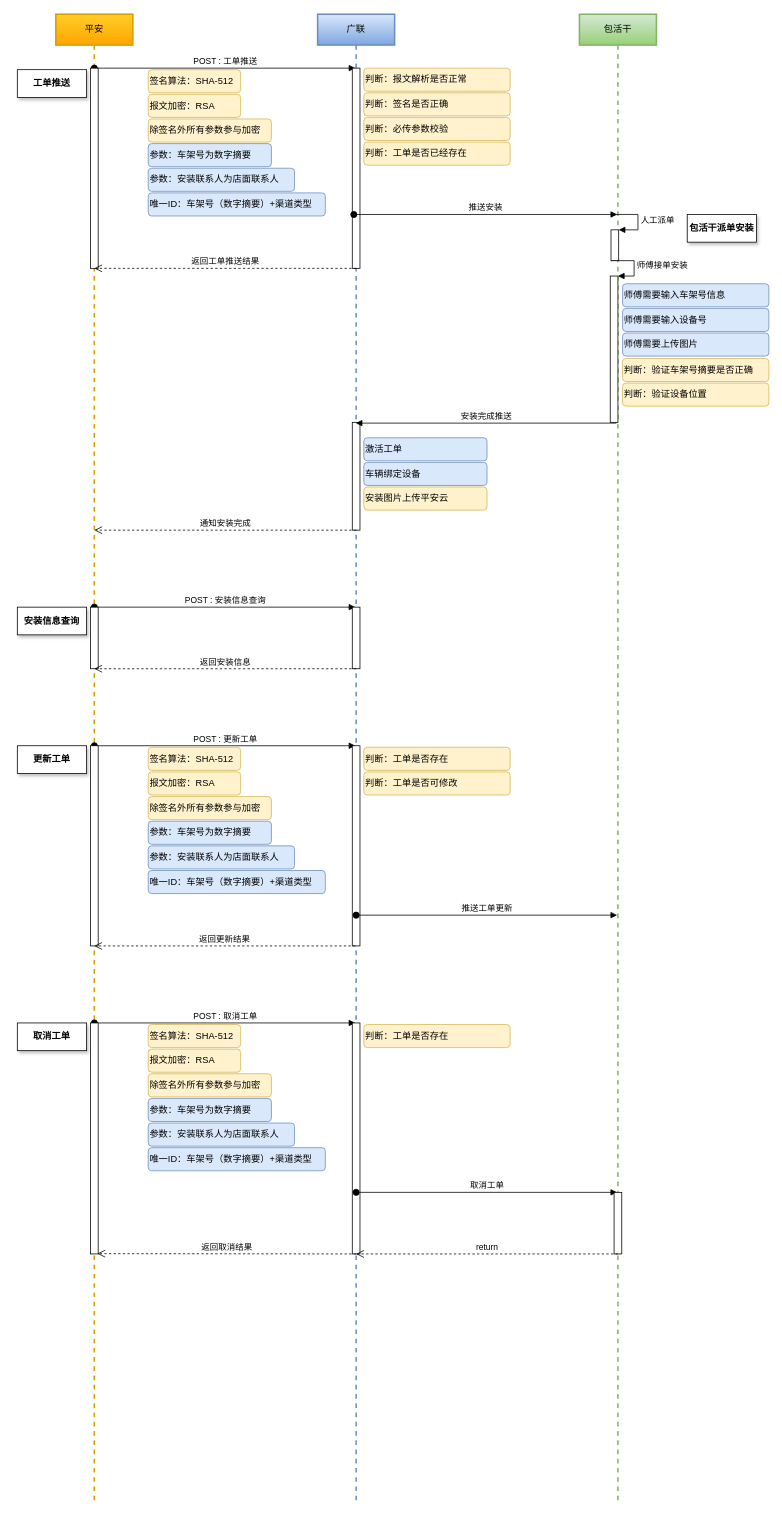
The draw.io diagram 平安工单推送.drawio in foutouren/glsx-drawio, before the edit. Source tidied: cells renumbered, new cells numbered last; positions are measured from the earlier drawing's top-left corner, leaving out a move shared by most shapes. Both pictures are drawn from the tidied source at 77%, with x=0, y=0 at pixel (17, 14).
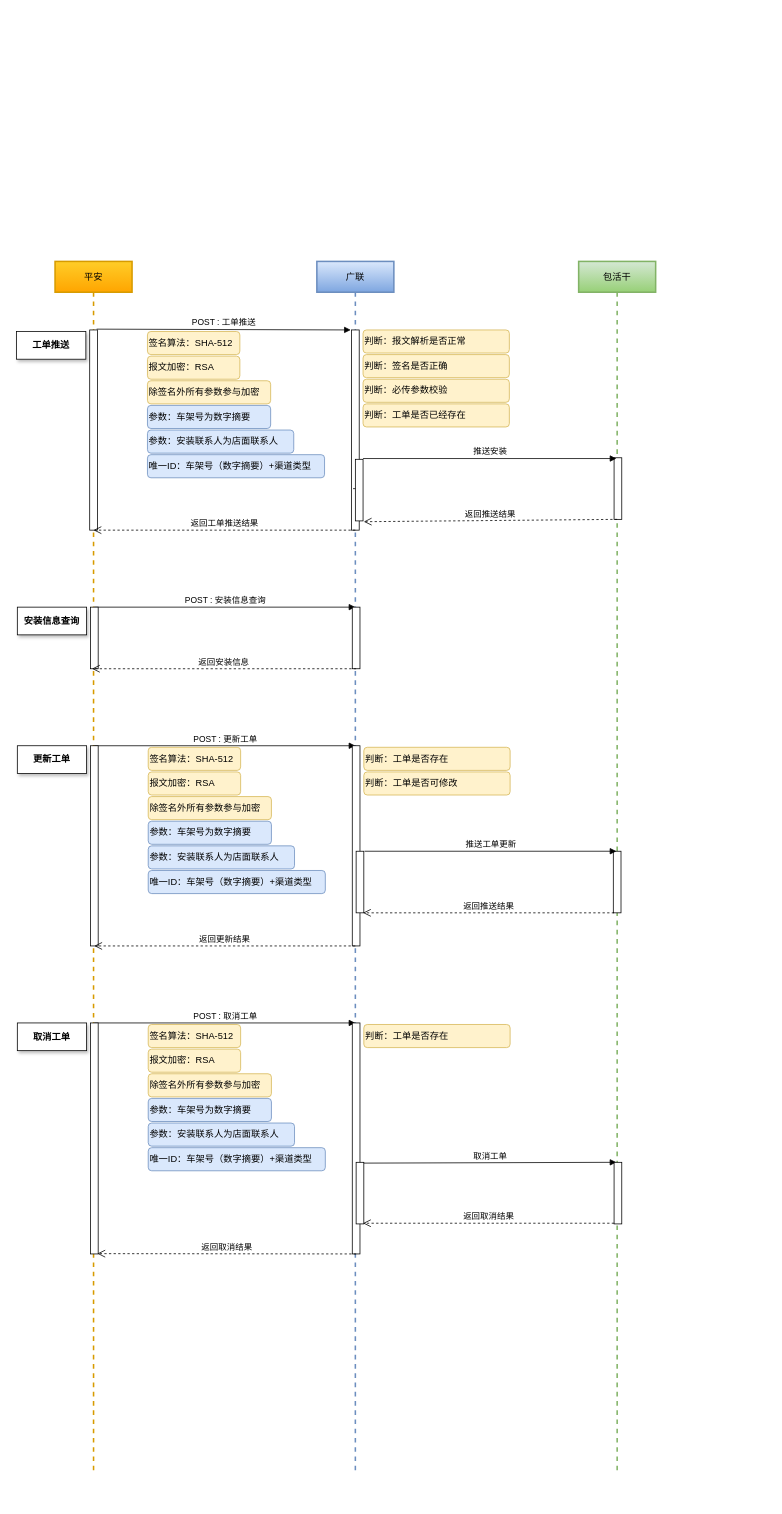
After the change.

Commit message:
Update 平安工单推送.drawio

What changed in the source:
```diff
@@
     <mxCell id="2" value="平安" style="shape=umlLifeline;perimeter=lifelinePerimeter;whiteSpace=wrap;html=1;outlineConnect=0;fillColor=#ffcd28;strokeColor=#d79b00;gradientColor=#ffa500;strokeWidth=2;" parent="1" vertex="1">
-      <mxGeometry x="50" width="100" height="1930" as="geometry" />
+      <mxGeometry x="49" y="321" width="100" height="1570" as="geometry" />
     </mxCell>
-    <mxCell id="3" value="POST : 工单推送" style="html=1;verticalAlign=bottom;startArrow=oval;startFill=1;endArrow=block;startSize=8;" parent="2" edge="1" target="11">
-      <mxGeometry relative="1" as="geometry">
-        <mxPoint x="50" y="70" as="sourcePoint" />
-      </mxGeometry>
-    </mxCell>
-    <mxCell id="4" value="POST : 安装信息查询" style="html=1;verticalAlign=bottom;startArrow=oval;startFill=1;endArrow=block;startSize=8;" parent="2" edge="1" target="11">
-      <mxGeometry relative="1" as="geometry">
-        <mxPoint x="50" y="770" as="sourcePoint" />
-      </mxGeometry>
-    </mxCell>
-    <mxCell id="5" value="POST : 更新工单" style="html=1;verticalAlign=bottom;startArrow=oval;startFill=1;endArrow=block;startSize=8;" parent="2" edge="1" target="11">
-      <mxGeometry relative="1" as="geometry">
-        <mxPoint x="50" y="950" as="sourcePoint" />
-      </mxGeometry>
-    </mxCell>
-    <mxCell id="6" value="POST : 取消工单" style="html=1;verticalAlign=bottom;startArrow=oval;startFill=1;endArrow=block;startSize=8;" parent="2" edge="1" target="11">
-      <mxGeometry relative="1" as="geometry">
-        <mxPoint x="50" y="1310" as="sourcePoint" />
-      </mxGeometry>
-    </mxCell>
     <mxCell id="7" style="html=1;points=[];perimeter=orthogonalPerimeter;shadow=0;strokeWidth=1;align=center;" parent="2" vertex="1">
-      <mxGeometry x="45" y="70" width="10" height="260" as="geometry" />
+      <mxGeometry x="45" y="89" width="10" height="260" as="geometry" />
     </mxCell>
-    <mxCell id="8" style="html=1;perimeter=orthogonalPerimeter;shadow=0;strokeWidth=1;align=center;" parent="2" vertex="1">
-      <mxGeometry x="45" y="770" width="10" height="80" as="geometry" />
-    </mxCell>
-    <mxCell id="9" style="html=1;perimeter=orthogonalPerimeter;shadow=0;strokeWidth=1;align=center;" parent="2" vertex="1">
-      <mxGeometry x="45" y="950" width="10" height="260" as="geometry" />
-    </mxCell>
-    <mxCell id="10" style="html=1;perimeter=orthogonalPerimeter;shadow=0;strokeWidth=1;align=center;" parent="2" vertex="1">
-      <mxGeometry x="45" y="1310" width="10" height="300" as="geometry" />
-    </mxCell>
     <mxCell id="11" value="广联" style="shape=umlLifeline;perimeter=lifelinePerimeter;whiteSpace=wrap;html=1;outlineConnect=0;fillColor=#dae8fc;strokeColor=#6c8ebf;gradientColor=#7ea6e0;strokeWidth=2;" parent="1" vertex="1">
-      <mxGeometry x="390" width="100" height="1930" as="geometry" />
+      <mxGeometry x="389" y="321" width="100" height="1570" as="geometry" />
     </mxCell>
     <mxCell id="12" style="html=1;points=[];perimeter=orthogonalPerimeter;align=left;" parent="11" vertex="1">
-      <mxGeometry x="45" y="70" width="10" height="260" as="geometry" />
+      <mxGeometry x="45" y="89" width="10" height="260" as="geometry" />
     </mxCell>
-    <mxCell id="13" style="html=1;perimeter=orthogonalPerimeter;align=left;" parent="11" vertex="1">
-      <mxGeometry x="45" y="530" width="10" height="140" as="geometry" />
-    </mxCell>
-    <mxCell id="14" style="html=1;perimeter=orthogonalPerimeter;shadow=0;strokeWidth=1;align=center;" parent="11" vertex="1">
-      <mxGeometry x="45" y="950" width="10" height="260" as="geometry" />
-    </mxCell>
-    <mxCell id="15" value="推送工单更新" style="html=1;verticalAlign=bottom;startArrow=oval;startFill=1;endArrow=block;startSize=8;" parent="11" edge="1" target="18">
-      <mxGeometry relative="1" as="geometry">
-        <mxPoint x="50" y="1170" as="sourcePoint" />
-      </mxGeometry>
-    </mxCell>
-    <mxCell id="16" style="html=1;points=[];perimeter=orthogonalPerimeter;shadow=0;strokeWidth=1;align=center;" parent="11" vertex="1">
-      <mxGeometry x="45" y="1310" width="10" height="300" as="geometry" />
-    </mxCell>
-    <mxCell id="17" value="取消工单" style="html=1;verticalAlign=bottom;startArrow=oval;startFill=1;endArrow=block;startSize=8;" parent="11" edge="1" target="18">
-      <mxGeometry relative="1" as="geometry">
-        <mxPoint x="50" y="1530" as="sourcePoint" />
-      </mxGeometry>
-    </mxCell>
     <mxCell id="18" value="包活干" style="shape=umlLifeline;perimeter=lifelinePerimeter;whiteSpace=wrap;html=1;outlineConnect=0;fillColor=#d5e8d4;strokeColor=#82b366;gradientColor=#97d077;strokeWidth=2;" parent="1" vertex="1">
-      <mxGeometry x="730" width="100" height="1930" as="geometry" />
+      <mxGeometry x="729" y="321" width="100" height="1570" as="geometry" />
     </mxCell>
-    <mxCell id="19" style="html=1;points=[];perimeter=orthogonalPerimeter;align=left;" parent="18" vertex="1">
-      <mxGeometry x="40" y="340" width="10" height="190" as="geometry" />
-    </mxCell>
-    <mxCell id="20" value="师傅接单安装" style="edgeStyle=orthogonalEdgeStyle;html=1;align=left;spacingLeft=2;endArrow=block;rounded=0;entryX=1;entryY=0;" parent="18" edge="1" target="19">
-      <mxGeometry relative="1" as="geometry">
-        <mxPoint x="41" y="320" as="sourcePoint" />
-        <Array as="points">
-          <mxPoint x="71" y="320" />
-        </Array>
-      </mxGeometry>
-    </mxCell>
-    <mxCell id="21" style="html=1;points=[];perimeter=orthogonalPerimeter;shadow=0;strokeWidth=1;align=center;" parent="18" vertex="1">
-      <mxGeometry x="45" y="1530" width="10" height="80" as="geometry" />
-    </mxCell>
+    <mxCell id="71" style="html=1;perimeter=orthogonalPerimeter;shadow=0;strokeWidth=1;align=center;" parent="18" vertex="1">
+      <mxGeometry x="46" y="255" width="10" height="80" as="geometry" />
+    </mxCell>
+    <mxCell id="72" style="html=1;perimeter=orthogonalPerimeter;shadow=0;strokeWidth=1;align=center;" parent="18" vertex="1">
+      <mxGeometry x="45" y="766" width="10" height="80" as="geometry" />
+    </mxCell>
     <mxCell id="22" value="签名算法：SHA-512" style="rounded=1;whiteSpace=wrap;html=1;fillColor=#fff2cc;strokeColor=#d6b656;align=left;" parent="1" vertex="1">
-      <mxGeometry x="170" y="72" width="120" height="30" as="geometry" />
+      <mxGeometry x="169" y="412" width="120" height="30" as="geometry" />
     </mxCell>
     <mxCell id="23" value="报文加密：RSA" style="rounded=1;whiteSpace=wrap;html=1;fillColor=#fff2cc;strokeColor=#d6b656;align=left;" parent="1" vertex="1">
-      <mxGeometry x="170" y="104" width="120" height="30" as="geometry" />
+      <mxGeometry x="169" y="444" width="120" height="30" as="geometry" />
     </mxCell>
     <mxCell id="24" value="除签名外所有参数参与加密" style="rounded=1;whiteSpace=wrap;html=1;fillColor=#fff2cc;strokeColor=#d6b656;align=left;" parent="1" vertex="1">
-      <mxGeometry x="170" y="136" width="160" height="30" as="geometry" />
+      <mxGeometry x="169" y="476" width="160" height="30" as="geometry" />
     </mxCell>
     <mxCell id="25" value="参数：车架号为数字摘要" style="rounded=1;whiteSpace=wrap;html=1;fillColor=#dae8fc;strokeColor=#6c8ebf;align=left;" parent="1" vertex="1">
-      <mxGeometry x="170" y="168" width="160" height="30" as="geometry" />
+      <mxGeometry x="169" y="508" width="160" height="30" as="geometry" />
     </mxCell>
     <mxCell id="26" value="参数：安装联系人为店面联系人" style="rounded=1;whiteSpace=wrap;html=1;fillColor=#dae8fc;strokeColor=#6c8ebf;align=left;" parent="1" vertex="1">
-      <mxGeometry x="170" y="200" width="190" height="30" as="geometry" />
+      <mxGeometry x="169" y="540" width="190" height="30" as="geometry" />
     </mxCell>
     <mxCell id="27" value="唯一ID：车架号（数字摘要）+渠道类型" style="rounded=1;whiteSpace=wrap;html=1;fillColor=#dae8fc;strokeColor=#6c8ebf;align=left;" parent="1" vertex="1">
-      <mxGeometry x="170" y="232" width="230" height="30" as="geometry" />
+      <mxGeometry x="169" y="572" width="230" height="30" as="geometry" />
     </mxCell>
-    <mxCell id="28" value="推送安装" style="html=1;verticalAlign=bottom;startArrow=oval;startFill=1;endArrow=block;startSize=8;exitX=0.2;exitY=0.731;exitDx=0;exitDy=0;exitPerimeter=0;" parent="1" edge="1" source="12" target="18">
-      <mxGeometry relative="1" as="geometry" />
+    <mxCell id="28" value="推送安装" style="html=1;verticalAlign=bottom;startArrow=none;startFill=0;endArrow=block;startSize=8;" parent="1" edge="1">
+      <mxGeometry relative="1" as="geometry">
+        <mxPoint x="449" y="577" as="sourcePoint" />
+        <mxPoint x="778" y="577" as="targetPoint" />
+      </mxGeometry>
     </mxCell>
-    <mxCell id="29" value="返回工单推送结果" style="html=1;verticalAlign=bottom;endArrow=open;dashed=1;endSize=8;" parent="1" edge="1" target="2">
+    <mxCell id="29" value="返回工单推送结果" style="html=1;verticalAlign=bottom;endArrow=open;dashed=1;endSize=8;entryX=0.5;entryY=1;entryDx=0;entryDy=0;entryPerimeter=0;" parent="1" edge="1" target="7">
       <mxGeometry relative="1" as="geometry">
-        <mxPoint x="440" y="330" as="sourcePoint" />
+        <mxPoint x="439" y="670" as="sourcePoint" />
       </mxGeometry>
     </mxCell>
     <mxCell id="30" value="判断：报文解析是否正常" style="rounded=1;whiteSpace=wrap;html=1;fillColor=#fff2cc;strokeColor=#d6b656;align=left;" parent="1" vertex="1">
-      <mxGeometry x="450" y="70" width="190" height="30" as="geometry" />
+      <mxGeometry x="449" y="410" width="190" height="30" as="geometry" />
     </mxCell>
     <mxCell id="31" value="判断：签名是否正确" style="rounded=1;whiteSpace=wrap;html=1;fillColor=#fff2cc;strokeColor=#d6b656;align=left;" parent="1" vertex="1">
-      <mxGeometry x="450" y="102" width="190" height="30" as="geometry" />
+      <mxGeometry x="449" y="442" width="190" height="30" as="geometry" />
     </mxCell>
     <mxCell id="32" value="判断：必传参数校验" style="rounded=1;whiteSpace=wrap;html=1;fillColor=#fff2cc;strokeColor=#d6b656;align=left;" parent="1" vertex="1">
-      <mxGeometry x="450" y="134" width="190" height="30" as="geometry" />
+      <mxGeometry x="449" y="474" width="190" height="30" as="geometry" />
     </mxCell>
     <mxCell id="33" value="判断：工单是否已经存在" style="rounded=1;whiteSpace=wrap;html=1;fillColor=#fff2cc;strokeColor=#d6b656;align=left;" parent="1" vertex="1">
-      <mxGeometry x="450" y="166" width="190" height="30" as="geometry" />
+      <mxGeometry x="449" y="506" width="190" height="30" as="geometry" />
     </mxCell>
-    <mxCell id="34" style="html=1;points=[];perimeter=orthogonalPerimeter;align=left;" parent="1" vertex="1">
-      <mxGeometry x="771" y="280" width="10" height="40" as="geometry" />
-    </mxCell>
-    <mxCell id="35" value="人工派单" style="edgeStyle=orthogonalEdgeStyle;html=1;align=left;spacingLeft=2;endArrow=block;rounded=0;entryX=1;entryY=0;" parent="1" edge="1" target="34">
-      <mxGeometry relative="1" as="geometry">
-        <mxPoint x="776" y="260" as="sourcePoint" />
-        <Array as="points">
-          <mxPoint x="806" y="260" />
-        </Array>
-      </mxGeometry>
-    </mxCell>
-    <mxCell id="36" value="师傅需要输入车架号信息" style="rounded=1;whiteSpace=wrap;html=1;fillColor=#dae8fc;strokeColor=#6c8ebf;align=left;" parent="1" vertex="1">
-      <mxGeometry x="786" y="350" width="190" height="30" as="geometry" />
-    </mxCell>
-    <mxCell id="37" value="师傅需要输入设备号" style="rounded=1;whiteSpace=wrap;html=1;fillColor=#dae8fc;strokeColor=#6c8ebf;align=left;" parent="1" vertex="1">
-      <mxGeometry x="786" y="382" width="190" height="30" as="geometry" />
-    </mxCell>
-    <mxCell id="38" value="师傅需要上传图片" style="rounded=1;whiteSpace=wrap;html=1;fillColor=#dae8fc;strokeColor=#6c8ebf;align=left;" parent="1" vertex="1">
-      <mxGeometry x="786" y="414" width="190" height="30" as="geometry" />
-    </mxCell>
-    <mxCell id="39" value="判断：验证车架号摘要是否正确" style="rounded=1;whiteSpace=wrap;html=1;fillColor=#fff2cc;strokeColor=#d6b656;align=left;" parent="1" vertex="1">
-      <mxGeometry x="786" y="447" width="190" height="30" as="geometry" />
-    </mxCell>
-    <mxCell id="40" value="判断：验证设备位置" style="rounded=1;whiteSpace=wrap;html=1;fillColor=#fff2cc;strokeColor=#d6b656;align=left;" parent="1" vertex="1">
-      <mxGeometry x="786" y="479" width="190" height="30" as="geometry" />
-    </mxCell>
-    <mxCell id="41" value="安装完成推送" style="html=1;verticalAlign=bottom;endArrow=block;exitX=0.8;exitY=1.016;exitDx=0;exitDy=0;exitPerimeter=0;" parent="1" edge="1">
-      <mxGeometry relative="1" as="geometry">
-        <mxPoint x="778" y="531" as="sourcePoint" />
-        <mxPoint x="439.5" y="531" as="targetPoint" />
-      </mxGeometry>
-    </mxCell>
-    <mxCell id="42" value="激活工单" style="rounded=1;whiteSpace=wrap;html=1;fillColor=#dae8fc;strokeColor=#6c8ebf;align=left;" parent="1" vertex="1">
-      <mxGeometry x="450" y="550" width="160" height="30" as="geometry" />
-    </mxCell>
-    <mxCell id="43" value="车辆绑定设备" style="rounded=1;whiteSpace=wrap;html=1;fillColor=#dae8fc;strokeColor=#6c8ebf;align=left;" parent="1" vertex="1">
-      <mxGeometry x="450" y="582" width="160" height="30" as="geometry" />
-    </mxCell>
-    <mxCell id="44" value="安装图片上传平安云" style="rounded=1;whiteSpace=wrap;html=1;fillColor=#fff2cc;strokeColor=#d6b656;align=left;" parent="1" vertex="1">
-      <mxGeometry x="450" y="614" width="160" height="30" as="geometry" />
-    </mxCell>
-    <mxCell id="45" value="通知安装完成" style="html=1;verticalAlign=bottom;endArrow=open;dashed=1;endSize=8;" parent="1" edge="1" target="2">
-      <mxGeometry relative="1" as="geometry">
-        <mxPoint x="440" y="670" as="sourcePoint" />
-      </mxGeometry>
-    </mxCell>
+    <mxCell id="47" value="工单推送" style="rounded=0;whiteSpace=wrap;html=1;align=center;fontStyle=1;shadow=1;" parent="1" vertex="1">
+      <mxGeometry x="-1" y="412" width="90" height="36" as="geometry" />
+    </mxCell>
+    <mxCell id="73" style="html=1;points=[];perimeter=orthogonalPerimeter;shadow=0;strokeWidth=1;align=center;" parent="1" vertex="1">
+      <mxGeometry x="439" y="578" width="10" height="80" as="geometry" />
+    </mxCell>
+    <mxCell id="74" style="html=1;verticalAlign=bottom;startArrow=none;startFill=0;endArrow=none;startSize=8;exitX=0.2;exitY=0.731;exitDx=0;exitDy=0;exitPerimeter=0;" parent="1" edge="1" target="73">
+      <mxGeometry relative="1" as="geometry">
+        <mxPoint x="436" y="616.1" as="sourcePoint" />
+      </mxGeometry>
+    </mxCell>
+    <mxCell id="3" value="POST : 工单推送" style="html=1;verticalAlign=bottom;startArrow=none;startFill=0;endArrow=block;startSize=8;entryX=-0.1;entryY=0;entryDx=0;entryDy=0;entryPerimeter=0;exitX=0.9;exitY=-0.004;exitDx=0;exitDy=0;exitPerimeter=0;" parent="1" edge="1" source="7" target="12">
+      <mxGeometry relative="1" as="geometry" />
+    </mxCell>
+    <mxCell id="75" value="返回推送结果" style="html=1;verticalAlign=bottom;endArrow=open;dashed=1;endSize=8;entryX=1.1;entryY=1.013;entryDx=0;entryDy=0;entryPerimeter=0;" parent="1" edge="1" target="73">
+      <mxGeometry relative="1" as="geometry">
+        <mxPoint x="779" y="656" as="sourcePoint" />
+      </mxGeometry>
+    </mxCell>
+    <mxCell id="4" value="POST : 安装信息查询" style="html=1;verticalAlign=bottom;startArrow=none;startFill=0;endArrow=block;startSize=8;" parent="1" edge="1">
+      <mxGeometry relative="1" as="geometry">
+        <mxPoint x="100" y="770" as="sourcePoint" />
+        <mxPoint x="439" y="770" as="targetPoint" />
+      </mxGeometry>
+    </mxCell>
+    <mxCell id="5" value="POST : 更新工单" style="html=1;verticalAlign=bottom;startArrow=none;startFill=0;endArrow=block;startSize=8;" parent="1" edge="1">
+      <mxGeometry relative="1" as="geometry">
+        <mxPoint x="100" y="950" as="sourcePoint" />
+        <mxPoint x="439" y="950" as="targetPoint" />
+      </mxGeometry>
+    </mxCell>
+    <mxCell id="6" value="POST : 取消工单" style="html=1;verticalAlign=bottom;startArrow=none;startFill=0;endArrow=block;startSize=8;" parent="1" edge="1">
+      <mxGeometry relative="1" as="geometry">
+        <mxPoint x="100" y="1310" as="sourcePoint" />
+        <mxPoint x="439" y="1310" as="targetPoint" />
+      </mxGeometry>
+    </mxCell>
+    <mxCell id="8" style="html=1;perimeter=orthogonalPerimeter;shadow=0;strokeWidth=1;align=center;" parent="1" vertex="1">
+      <mxGeometry x="95" y="770" width="10" height="80" as="geometry" />
+    </mxCell>
+    <mxCell id="9" style="html=1;perimeter=orthogonalPerimeter;shadow=0;strokeWidth=1;align=center;" parent="1" vertex="1">
+      <mxGeometry x="95" y="950" width="10" height="260" as="geometry" />
+    </mxCell>
+    <mxCell id="10" style="html=1;perimeter=orthogonalPerimeter;shadow=0;strokeWidth=1;align=center;" parent="1" vertex="1">
+      <mxGeometry x="95" y="1310" width="10" height="300" as="geometry" />
+    </mxCell>
+    <mxCell id="14" style="html=1;perimeter=orthogonalPerimeter;shadow=0;strokeWidth=1;align=center;" parent="1" vertex="1">
+      <mxGeometry x="435" y="950" width="10" height="260" as="geometry" />
+    </mxCell>
+    <mxCell id="15" value="推送工单更新" style="html=1;verticalAlign=bottom;startArrow=none;startFill=0;endArrow=block;startSize=8;exitX=1.1;exitY=0;exitDx=0;exitDy=0;exitPerimeter=0;" parent="1" edge="1" source="76" target="18">
+      <mxGeometry relative="1" as="geometry" />
+    </mxCell>
+    <mxCell id="16" style="html=1;points=[];perimeter=orthogonalPerimeter;shadow=0;strokeWidth=1;align=center;" parent="1" vertex="1">
+      <mxGeometry x="435" y="1310" width="10" height="300" as="geometry" />
+    </mxCell>
+    <mxCell id="17" value="取消工单" style="html=1;verticalAlign=bottom;startArrow=none;startFill=0;endArrow=block;startSize=8;exitX=0.9;exitY=0.013;exitDx=0;exitDy=0;exitPerimeter=0;entryX=0.3;entryY=0;entryDx=0;entryDy=0;entryPerimeter=0;" parent="1" edge="1" source="78" target="21">
+      <mxGeometry relative="1" as="geometry" />
+    </mxCell>
+    <mxCell id="21" style="html=1;points=[];perimeter=orthogonalPerimeter;shadow=0;strokeWidth=1;align=center;" parent="1" vertex="1">
+      <mxGeometry x="775" y="1491" width="10" height="80" as="geometry" />
+    </mxCell>
@@
-    <mxCell id="47" value="工单推送" style="rounded=0;whiteSpace=wrap;html=1;align=center;fontStyle=1;shadow=1;" parent="1" vertex="1">
-      <mxGeometry y="72" width="90" height="36" as="geometry" />
-    </mxCell>
@@
-    <mxCell id="49" value="返回安装信息" style="html=1;verticalAlign=bottom;endArrow=open;dashed=1;endSize=8;" parent="1" edge="1" target="2">
+    <mxCell id="49" value="返回安装信息" style="html=1;verticalAlign=bottom;endArrow=open;dashed=1;endSize=8;" parent="1" edge="1">
       <mxGeometry relative="1" as="geometry">
         <mxPoint x="440" y="850" as="sourcePoint" />
+        <mxPoint x="97" y="850" as="targetPoint" />
       </mxGeometry>
     </mxCell>
@@
-    <mxCell id="60" value="包活干派单安装" style="rounded=0;whiteSpace=wrap;html=1;align=center;fontStyle=1;shadow=1;" parent="1" vertex="1">
-      <mxGeometry x="870" y="260" width="90" height="36" as="geometry" />
-    </mxCell>
@@
-    <mxCell id="69" value="return" style="html=1;verticalAlign=bottom;endArrow=open;dashed=1;endSize=8;" parent="1" edge="1" target="11">
-      <mxGeometry relative="1" as="geometry">
-        <mxPoint x="780" y="1610" as="sourcePoint" />
-      </mxGeometry>
+    <mxCell id="69" value="返回取消结果" style="html=1;verticalAlign=bottom;endArrow=open;dashed=1;endSize=8;entryX=1.4;entryY=0.867;entryDx=0;entryDy=0;entryPerimeter=0;" parent="1" edge="1" source="21" target="16">
+      <mxGeometry relative="1" as="geometry" />
     </mxCell>
-    <mxCell id="70" value="返回取消结果" style="html=1;verticalAlign=bottom;endArrow=open;dashed=1;endSize=8;entryX=0.54;entryY=0.834;entryDx=0;entryDy=0;entryPerimeter=0;" parent="1" edge="1" target="2">
+    <mxCell id="70" value="返回取消结果" style="html=1;verticalAlign=bottom;endArrow=open;dashed=1;endSize=8;entryX=0.54;entryY=0.834;entryDx=0;entryDy=0;entryPerimeter=0;" parent="1" edge="1">
       <mxGeometry relative="1" as="geometry">
         <mxPoint x="440" y="1610" as="sourcePoint" />
+        <mxPoint x="104" y="1609.6" as="targetPoint" />
       </mxGeometry>
     </mxCell>
+    <mxCell id="76" style="html=1;points=[];perimeter=orthogonalPerimeter;shadow=0;strokeWidth=1;align=center;" parent="1" vertex="1">
+      <mxGeometry x="440" y="1087" width="10" height="80" as="geometry" />
+    </mxCell>
+    <mxCell id="77" value="返回推送结果" style="html=1;verticalAlign=bottom;endArrow=open;dashed=1;endSize=8;entryX=0.9;entryY=1;entryDx=0;entryDy=0;entryPerimeter=0;" parent="1" edge="1" target="76">
+      <mxGeometry relative="1" as="geometry">
+        <mxPoint x="775" y="1167" as="sourcePoint" />
+      </mxGeometry>
+    </mxCell>
+    <mxCell id="78" style="html=1;points=[];perimeter=orthogonalPerimeter;shadow=0;strokeWidth=1;align=center;" parent="1" vertex="1">
+      <mxGeometry x="440" y="1491" width="10" height="80" as="geometry" />
+    </mxCell>
```
